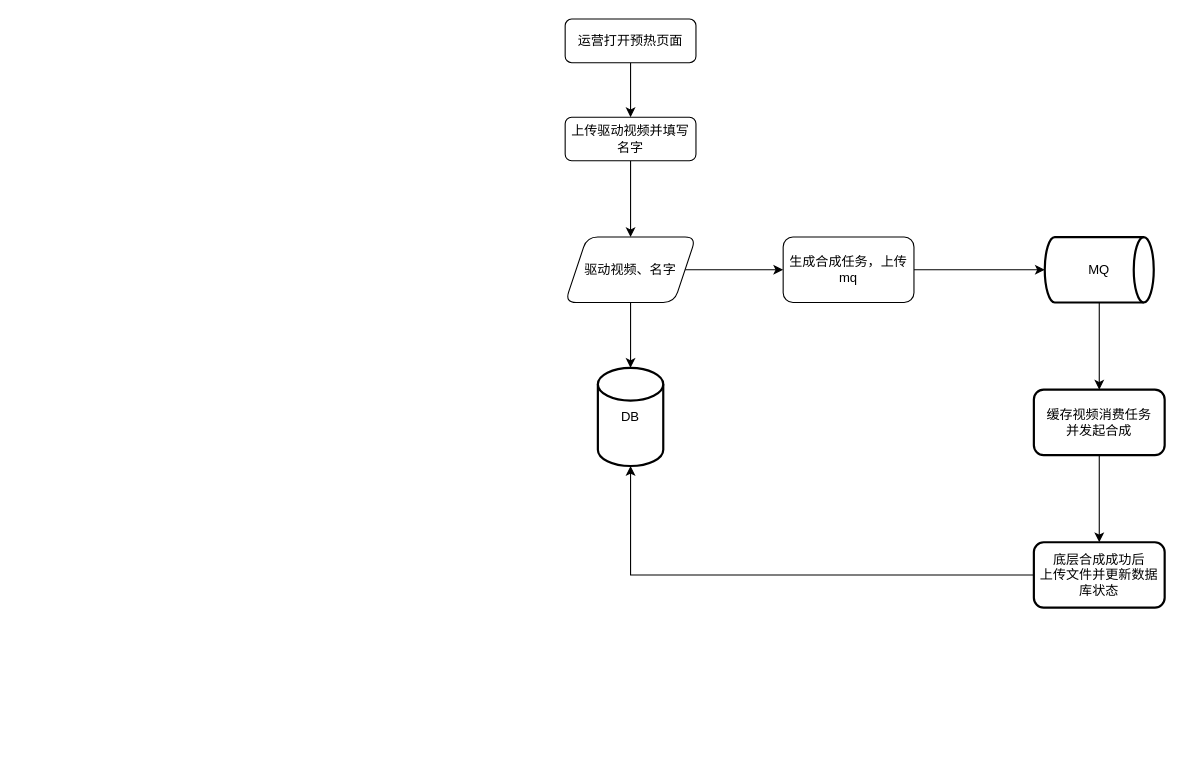
milletzhu/datasource keeps this draw.io diagram as 预热缓存流程图.drawio. Above is the earlier version. Source tidied: cells renumbered, new cells numbered last; positions are measured from the earlier drawing's top-left corner, leaving out a move shared by most shapes. Both pictures are drawn from the tidied source at 109%, with x=0, y=0 at pixel (565, 19).
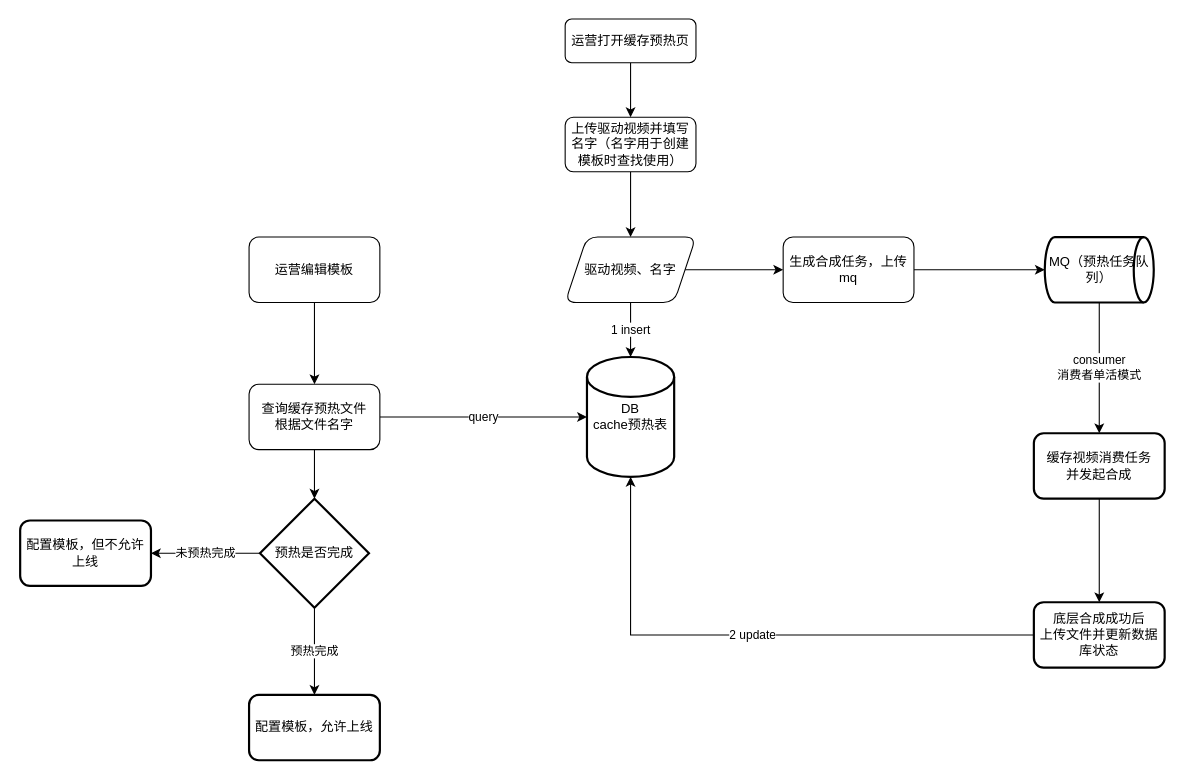
After the change.

Commit message:
预热缓存流程图.drawio

Unchanged cells that the change refers to:
```xml
<mxCell id="8" value="驱动视频、名字" style="shape=parallelogram;perimeter=parallelogramPerimeter;whiteSpace=wrap;html=1;fixedSize=1;rounded=1;glass=0;strokeWidth=1;shadow=0;" parent="1" vertex="1">
  <mxGeometry y="200" width="120" height="60" as="geometry" />
</mxCell>
```

The edit, as a diff of the source:
```diff
@@
-    <mxCell id="3" value="运营打开预热页面" style="rounded=1;whiteSpace=wrap;html=1;fontSize=12;glass=0;strokeWidth=1;shadow=0;" parent="1" vertex="1">
+    <mxCell id="3" value="运营打开缓存预热页" style="rounded=1;whiteSpace=wrap;html=1;fontSize=12;glass=0;strokeWidth=1;shadow=0;" parent="1" vertex="1">
       <mxGeometry width="120" height="40" as="geometry" />
     </mxCell>
@@
-    <mxCell id="5" value="上传驱动视频并填写名字" style="rounded=1;whiteSpace=wrap;html=1;fontSize=12;glass=0;strokeWidth=1;shadow=0;" parent="1" vertex="1">
-      <mxGeometry y="90" width="120" height="40" as="geometry" />
+    <mxCell id="5" value="上传驱动视频并填写名字（名字用于创建模板时查找使用）" style="rounded=1;whiteSpace=wrap;html=1;fontSize=12;glass=0;strokeWidth=1;shadow=0;" parent="1" vertex="1">
+      <mxGeometry y="90" width="120" height="50" as="geometry" />
     </mxCell>
-    <mxCell id="6" style="edgeStyle=orthogonalEdgeStyle;rounded=0;jettySize=auto;html=1;" parent="1" edge="1" source="8" target="9">
+    <mxCell id="6" value="1 insert" style="edgeStyle=orthogonalEdgeStyle;rounded=0;jettySize=auto;html=1;" parent="1" edge="1" source="8" target="9">
       <mxGeometry relative="1" as="geometry" />
     </mxCell>
@@
-    <mxCell id="9" value="DB" style="strokeWidth=2;html=1;shape=mxgraph.flowchart.database;whiteSpace=wrap;" parent="1" vertex="1">
-      <mxGeometry x="30" y="320" width="60" height="90" as="geometry" />
+    <mxCell id="9" value="DB&lt;br&gt;cache预热表" style="strokeWidth=2;html=1;shape=mxgraph.flowchart.database;whiteSpace=wrap;" parent="1" vertex="1">
+      <mxGeometry x="20" y="310" width="80" height="110" as="geometry" />
     </mxCell>
@@
-    <mxCell id="12" style="edgeStyle=orthogonalEdgeStyle;rounded=0;jettySize=auto;html=1;" parent="1" edge="1" source="13" target="15">
+    <mxCell id="12" value="consumer&lt;br&gt;消费者单活模式" style="edgeStyle=orthogonalEdgeStyle;rounded=0;jettySize=auto;html=1;" parent="1" edge="1" source="13" target="15">
       <mxGeometry relative="1" as="geometry" />
     </mxCell>
-    <mxCell id="13" value="MQ" style="strokeWidth=2;html=1;shape=mxgraph.flowchart.direct_data;whiteSpace=wrap;" parent="1" vertex="1">
+    <mxCell id="13" value="MQ（预热任务队列）" style="strokeWidth=2;html=1;shape=mxgraph.flowchart.direct_data;whiteSpace=wrap;" parent="1" vertex="1">
       <mxGeometry x="440" y="200" width="100" height="60" as="geometry" />
     </mxCell>
@@
     <mxCell id="15" value="缓存视频消费任务&lt;br&gt;并发起合成" style="rounded=1;whiteSpace=wrap;html=1;strokeWidth=2;" parent="1" vertex="1">
-      <mxGeometry x="430" y="340" width="120" height="60" as="geometry" />
+      <mxGeometry x="430" y="380" width="120" height="60" as="geometry" />
     </mxCell>
-    <mxCell id="16" style="edgeStyle=orthogonalEdgeStyle;rounded=0;jettySize=auto;html=1;" parent="1" edge="1" source="17" target="9">
+    <mxCell id="16" value="2 update" style="edgeStyle=orthogonalEdgeStyle;rounded=0;jettySize=auto;html=1;" parent="1" edge="1" source="17" target="9">
       <mxGeometry relative="1" as="geometry" />
     </mxCell>
     <mxCell id="17" value="底层合成成功后&lt;br&gt;上传文件并更新数据库状态" style="rounded=1;whiteSpace=wrap;html=1;strokeWidth=2;" parent="1" vertex="1">
-      <mxGeometry x="430" y="480" width="120" height="60" as="geometry" />
+      <mxGeometry x="430" y="535" width="120" height="60" as="geometry" />
     </mxCell>
+    <mxCell id="18" style="edgeStyle=orthogonalEdgeStyle;rounded=0;jettySize=auto;html=1;" parent="1" edge="1" source="19" target="22">
+      <mxGeometry relative="1" as="geometry" />
+    </mxCell>
+    <mxCell id="19" value="运营编辑模板" style="rounded=1;whiteSpace=wrap;html=1;" parent="1" vertex="1">
+      <mxGeometry x="-290" y="200" width="120" height="60" as="geometry" />
+    </mxCell>
+    <mxCell id="20" value="query" style="edgeStyle=orthogonalEdgeStyle;rounded=0;jettySize=auto;html=1;" parent="1" edge="1" source="22" target="9">
+      <mxGeometry relative="1" as="geometry" />
+    </mxCell>
+    <mxCell id="21" style="edgeStyle=orthogonalEdgeStyle;rounded=0;jettySize=auto;html=1;" parent="1" edge="1" source="22" target="25">
+      <mxGeometry relative="1" as="geometry" />
+    </mxCell>
+    <mxCell id="22" value="查询缓存预热文件&lt;br&gt;根据文件名字" style="rounded=1;whiteSpace=wrap;html=1;" parent="1" vertex="1">
+      <mxGeometry x="-290" y="335" width="120" height="60" as="geometry" />
+    </mxCell>
+    <mxCell id="23" value="未预热完成" style="edgeStyle=orthogonalEdgeStyle;rounded=0;jettySize=auto;html=1;" parent="1" edge="1" source="25" target="26">
+      <mxGeometry relative="1" as="geometry" />
+    </mxCell>
+    <mxCell id="24" value="预热完成" style="edgeStyle=orthogonalEdgeStyle;rounded=0;jettySize=auto;html=1;" parent="1" edge="1" source="25" target="27">
+      <mxGeometry relative="1" as="geometry" />
+    </mxCell>
+    <mxCell id="25" value="预热是否完成" style="strokeWidth=2;html=1;shape=mxgraph.flowchart.decision;whiteSpace=wrap;" parent="1" vertex="1">
+      <mxGeometry x="-280" y="440" width="100" height="100" as="geometry" />
+    </mxCell>
+    <mxCell id="26" value="配置模板，但不允许上线" style="rounded=1;whiteSpace=wrap;html=1;strokeWidth=2;" parent="1" vertex="1">
+      <mxGeometry x="-500" y="460" width="120" height="60" as="geometry" />
+    </mxCell>
+    <mxCell id="27" value="配置模板，允许上线" style="rounded=1;whiteSpace=wrap;html=1;strokeWidth=2;" parent="1" vertex="1">
+      <mxGeometry x="-290" y="620" width="120" height="60" as="geometry" />
+    </mxCell>
```
